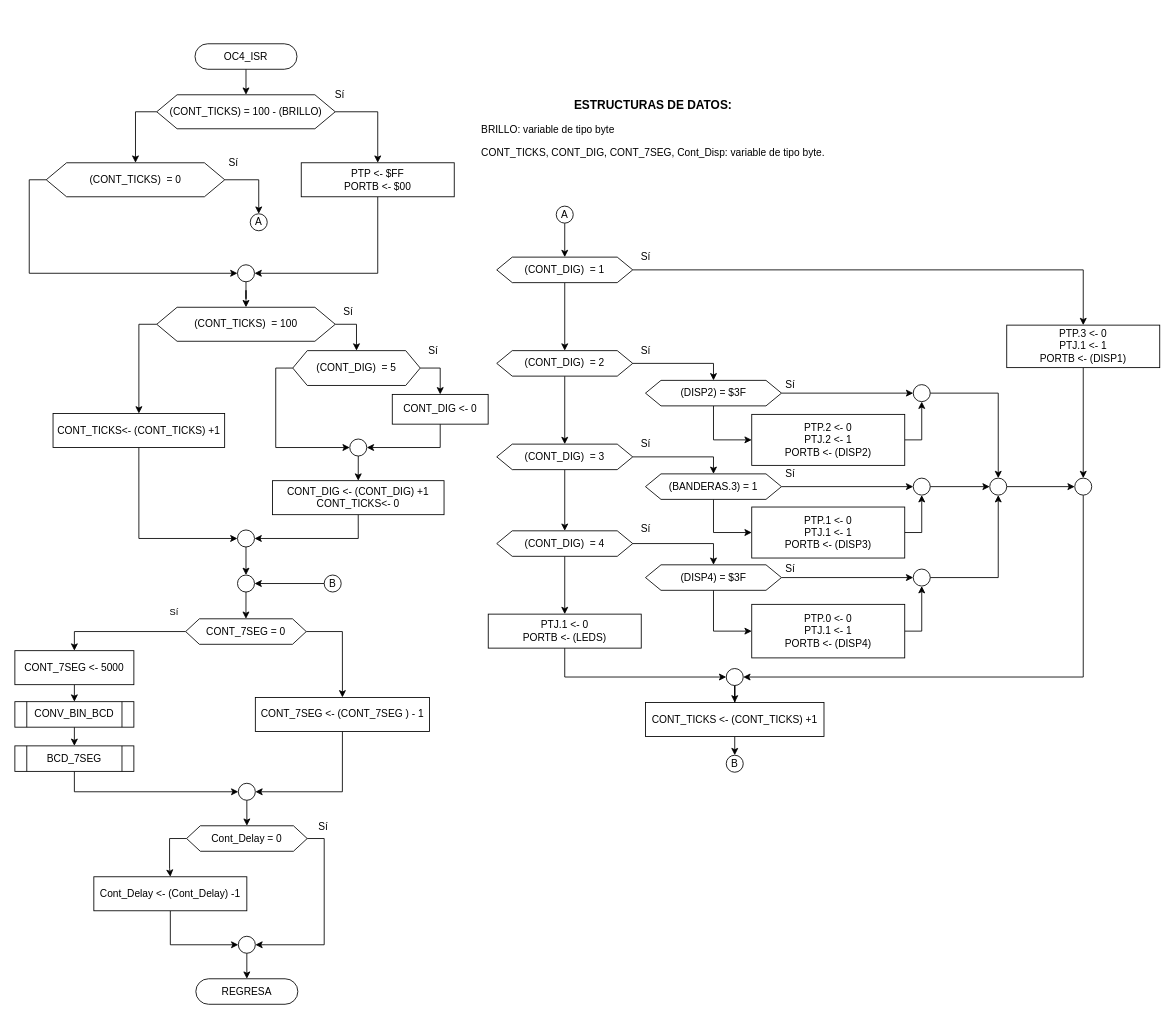
The draw.io diagram Proyecto/diagrams/OCR4_ISR.drawio in moisotico/Microprocesadores, before the edit. Source tidied: cells renumbered, new cells numbered last; positions are measured from the earlier drawing's top-left corner, leaving out a move shared by most shapes. Both pictures are drawn from the tidied source at 85%, with x=0, y=0 at pixel (14, 43).
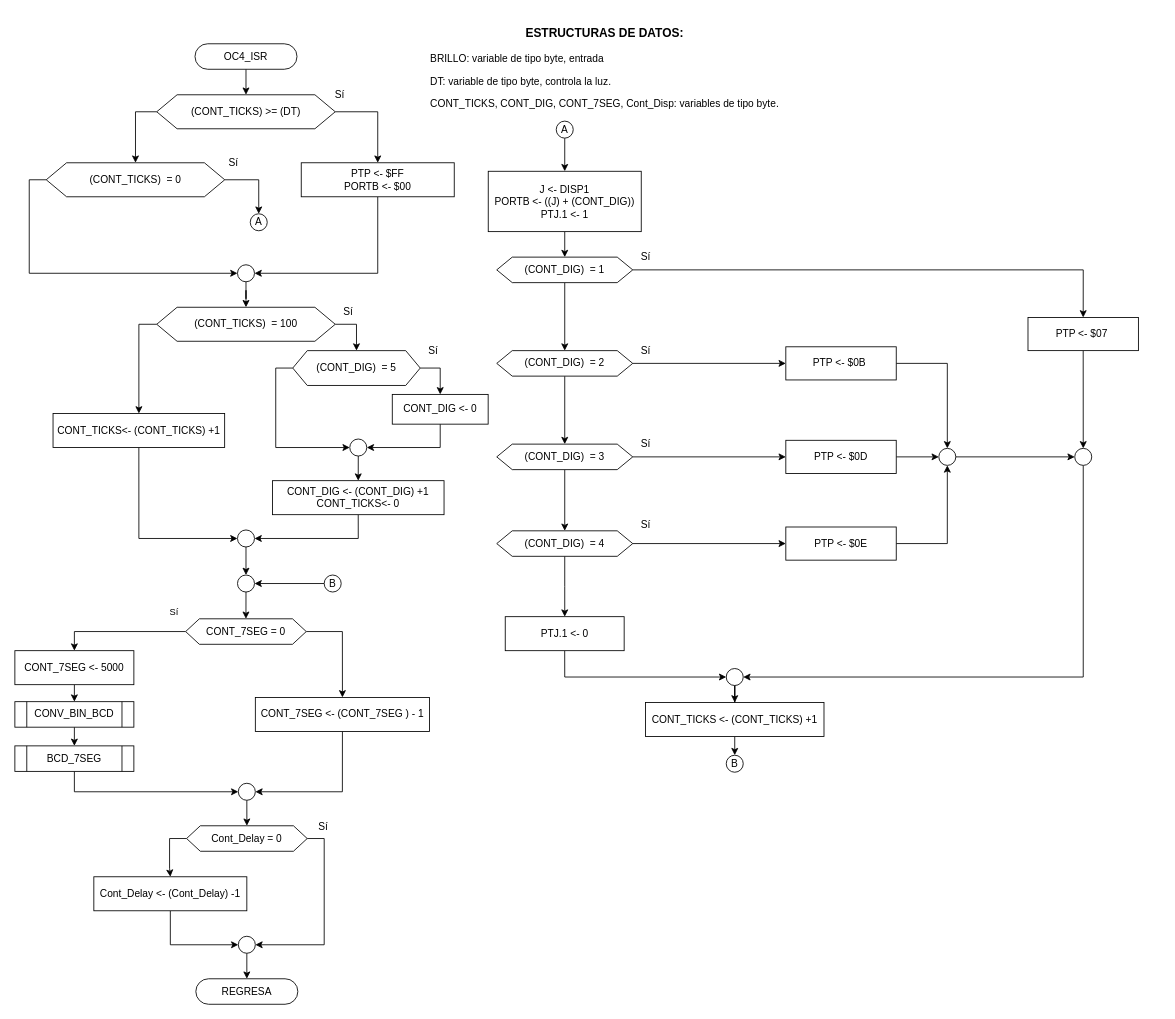
The same page after the edit.

Unchanged cells that the change refers to:
```xml
<mxCell id="37" value="(CONT_DIG)&amp;nbsp; = 1" style="shape=hexagon;perimeter=hexagonPerimeter2;whiteSpace=wrap;html=1;size=0.11394117647058827;" parent="1" vertex="1">
  <mxGeometry x="566.9" y="251" width="160" height="30" as="geometry" />
</mxCell>
<mxCell id="40" value="(CONT_DIG)&amp;nbsp; = 2" style="shape=hexagon;perimeter=hexagonPerimeter2;whiteSpace=wrap;html=1;size=0.11394117647058827;" parent="1" vertex="1">
  <mxGeometry x="566.9" y="361" width="160" height="30" as="geometry" />
</mxCell>
<mxCell id="46" value="(CONT_DIG)&amp;nbsp; = 3" style="shape=hexagon;perimeter=hexagonPerimeter2;whiteSpace=wrap;html=1;size=0.11394117647058827;" parent="1" vertex="1">
  <mxGeometry x="566.9" y="471" width="160" height="30" as="geometry" />
</mxCell>
<mxCell id="49" value="(CONT_DIG)&amp;nbsp; = 4" style="shape=hexagon;perimeter=hexagonPerimeter2;whiteSpace=wrap;html=1;size=0.11394117647058827;" parent="1" vertex="1">
  <mxGeometry x="566.9" y="573" width="160" height="30" as="geometry" />
</mxCell>
```

Change to the diagram source:
```diff
@@
-    <mxCell id="8" value="&lt;h3 style=&quot;text-align: center&quot;&gt;ESTRUCTURAS DE DATOS:&lt;/h3&gt;&lt;p&gt;BRILLO: variable de tipo byte&lt;br&gt;&lt;/p&gt;&lt;p&gt;CONT_TICKS, CONT_DIG, CONT_7SEG, Cont_Disp: variable de tipo byte.&lt;/p&gt;&lt;p&gt;&lt;br&gt;&lt;/p&gt;&lt;p&gt;&lt;/p&gt;" style="text;html=1;strokeColor=none;fillColor=none;align=left;verticalAlign=middle;whiteSpace=wrap;rounded=0;" parent="1" vertex="1">
-      <mxGeometry x="546.9" y="41" width="440" height="140" as="geometry" />
+    <mxCell id="8" value="&lt;h3 style=&quot;text-align: center&quot;&gt;ESTRUCTURAS DE DATOS:&lt;/h3&gt;&lt;p&gt;BRILLO: variable de tipo byte, entrada&lt;/p&gt;&lt;p&gt;DT: variable de tipo byte, controla la luz.&lt;br&gt;&lt;/p&gt;&lt;p&gt;CONT_TICKS, CONT_DIG, CONT_7SEG, Cont_Disp: variables de tipo byte.&lt;/p&gt;&lt;p&gt;&lt;br&gt;&lt;/p&gt;&lt;p&gt;&lt;/p&gt;" style="text;html=1;strokeColor=none;fillColor=none;align=left;verticalAlign=middle;whiteSpace=wrap;rounded=0;" parent="1" vertex="1">
+      <mxGeometry x="486.9" y="-29" width="440" height="140" as="geometry" />
     </mxCell>
@@
-    <mxCell id="22" value="(CONT_TICKS) = 100 - (BRILLO)" style="shape=hexagon;perimeter=hexagonPerimeter2;whiteSpace=wrap;html=1;size=0.11394117647058827;" parent="1" vertex="1">
+    <mxCell id="22" value="(CONT_TICKS) &amp;gt;= (DT)" style="shape=hexagon;perimeter=hexagonPerimeter2;whiteSpace=wrap;html=1;size=0.11394117647058827;" parent="1" vertex="1">
       <mxGeometry x="166.9" y="60" width="210" height="40" as="geometry" />
     </mxCell>
@@
-    <mxCell id="33" style="edgeStyle=orthogonalEdgeStyle;rounded=0;jettySize=auto;html=1;exitX=0.5;exitY=1;exitDx=0;exitDy=0;" parent="1" edge="1" source="34" target="37">
-      <mxGeometry relative="1" as="geometry" />
-    </mxCell>
+    <mxCell id="118" style="edgeStyle=orthogonalEdgeStyle;rounded=0;jettySize=auto;html=1;exitX=0.5;exitY=1;exitDx=0;exitDy=0;entryX=0.5;entryY=0;entryDx=0;entryDy=0;" parent="1" edge="1" source="34" target="125">
+      <mxGeometry relative="1" as="geometry" />
+    </mxCell>
     <mxCell id="34" value="A" style="ellipse;whiteSpace=wrap;html=1;" parent="1" vertex="1">
-      <mxGeometry x="636.9" y="191" width="20" height="20" as="geometry" />
+      <mxGeometry x="636.9" y="91" width="20" height="20" as="geometry" />
     </mxCell>
@@
-    <mxCell id="36" style="edgeStyle=orthogonalEdgeStyle;rounded=0;jettySize=auto;html=1;exitX=1;exitY=0.5;exitDx=0;exitDy=0;entryX=0.5;entryY=0;entryDx=0;entryDy=0;" parent="1" edge="1" source="37" target="53">
+    <mxCell id="36" style="edgeStyle=orthogonalEdgeStyle;rounded=0;jettySize=auto;html=1;exitX=0.5;exitY=1;exitDx=0;exitDy=0;entryX=0.5;entryY=0;entryDx=0;entryDy=0;" parent="1" edge="1" source="127" target="65">
       <mxGeometry relative="1" as="geometry" />
     </mxCell>
@@
-    <mxCell id="39" style="edgeStyle=orthogonalEdgeStyle;rounded=0;jettySize=auto;html=1;exitX=1;exitY=0.5;exitDx=0;exitDy=0;entryX=0.5;entryY=0;entryDx=0;entryDy=0;" parent="1" edge="1" source="40" target="43">
-      <mxGeometry relative="1" as="geometry" />
-    </mxCell>
+    <mxCell id="119" style="edgeStyle=orthogonalEdgeStyle;rounded=0;jettySize=auto;html=1;exitX=1;exitY=0.5;exitDx=0;exitDy=0;entryX=0.5;entryY=0;entryDx=0;entryDy=0;" parent="1" edge="1" source="129" target="63">
+      <mxGeometry relative="1" as="geometry" />
+    </mxCell>
+    <mxCell id="120" style="edgeStyle=orthogonalEdgeStyle;rounded=0;jettySize=auto;html=1;exitX=1;exitY=0.5;exitDx=0;exitDy=0;entryX=0;entryY=0.5;entryDx=0;entryDy=0;" parent="1" edge="1" source="40" target="129">
+      <mxGeometry relative="1" as="geometry" />
+    </mxCell>
@@
-    <mxCell id="41" style="edgeStyle=orthogonalEdgeStyle;rounded=0;jettySize=auto;html=1;exitX=0.5;exitY=1;exitDx=0;exitDy=0;entryX=0;entryY=0.5;entryDx=0;entryDy=0;" parent="1" edge="1" source="43" target="59">
-      <mxGeometry relative="1" as="geometry" />
-    </mxCell>
-    <mxCell id="42" style="edgeStyle=orthogonalEdgeStyle;rounded=0;jettySize=auto;html=1;exitX=1;exitY=0.5;exitDx=0;exitDy=0;entryX=0;entryY=0.5;entryDx=0;entryDy=0;" parent="1" edge="1" source="43" target="61">
-      <mxGeometry relative="1" as="geometry" />
-    </mxCell>
-    <mxCell id="43" value="(DISP2) = $3F" style="shape=hexagon;perimeter=hexagonPerimeter2;whiteSpace=wrap;html=1;size=0.11394117647058827;" parent="1" vertex="1">
-      <mxGeometry x="741.9" y="396" width="160" height="30" as="geometry" />
-    </mxCell>
@@
-    <mxCell id="45" style="edgeStyle=orthogonalEdgeStyle;rounded=0;jettySize=auto;html=1;exitX=1;exitY=0.5;exitDx=0;exitDy=0;" parent="1" edge="1" source="46" target="68">
-      <mxGeometry relative="1" as="geometry" />
-    </mxCell>
+    <mxCell id="121" style="edgeStyle=orthogonalEdgeStyle;rounded=0;jettySize=auto;html=1;exitX=1;exitY=0.5;exitDx=0;exitDy=0;entryX=0;entryY=0.5;entryDx=0;entryDy=0;" parent="1" edge="1" source="130" target="63">
+      <mxGeometry relative="1" as="geometry" />
+    </mxCell>
@@
-    <mxCell id="48" style="edgeStyle=orthogonalEdgeStyle;rounded=0;jettySize=auto;html=1;exitX=1;exitY=0.5;exitDx=0;exitDy=0;entryX=0.5;entryY=0;entryDx=0;entryDy=0;" parent="1" edge="1" source="49" target="75">
-      <mxGeometry relative="1" as="geometry" />
-    </mxCell>
+    <mxCell id="122" style="edgeStyle=orthogonalEdgeStyle;rounded=0;jettySize=auto;html=1;exitX=1;exitY=0.5;exitDx=0;exitDy=0;entryX=0.5;entryY=1;entryDx=0;entryDy=0;" parent="1" edge="1" source="132" target="63">
+      <mxGeometry relative="1" as="geometry" />
+    </mxCell>
+    <mxCell id="123" style="edgeStyle=orthogonalEdgeStyle;rounded=0;jettySize=auto;html=1;exitX=1;exitY=0.5;exitDx=0;exitDy=0;" parent="1" edge="1" source="49" target="132">
+      <mxGeometry relative="1" as="geometry" />
+    </mxCell>
@@
-    <mxCell id="51" value="PTJ.1 &amp;lt;- 0&lt;br&gt;PORTB &amp;lt;- (LEDS)" style="rounded=0;whiteSpace=wrap;html=1;" parent="1" vertex="1">
-      <mxGeometry x="556.9" y="671" width="180" height="40" as="geometry" />
+    <mxCell id="51" value="PTJ.1 &amp;lt;- 0" style="rounded=0;whiteSpace=wrap;html=1;" parent="1" vertex="1">
+      <mxGeometry x="576.9" y="674" width="139.9" height="40" as="geometry" />
     </mxCell>
-    <mxCell id="52" style="edgeStyle=orthogonalEdgeStyle;rounded=0;jettySize=auto;html=1;exitX=0.5;exitY=1;exitDx=0;exitDy=0;entryX=0.5;entryY=0;entryDx=0;entryDy=0;" parent="1" edge="1" source="53" target="65">
-      <mxGeometry relative="1" as="geometry" />
-    </mxCell>
-    <mxCell id="53" value="PTP.3 &amp;lt;- 0&lt;br&gt;PTJ.1 &amp;lt;- 1&lt;br&gt;PORTB &amp;lt;- (DISP1)" style="rounded=0;whiteSpace=wrap;html=1;" parent="1" vertex="1">
-      <mxGeometry x="1166.9" y="331" width="180" height="50" as="geometry" />
-    </mxCell>
@@
-    <mxCell id="58" style="edgeStyle=orthogonalEdgeStyle;rounded=0;jettySize=auto;html=1;exitX=1;exitY=0.5;exitDx=0;exitDy=0;entryX=0.5;entryY=1;entryDx=0;entryDy=0;" parent="1" edge="1" source="59" target="61">
-      <mxGeometry relative="1" as="geometry" />
-    </mxCell>
-    <mxCell id="59" value="PTP.2 &amp;lt;- 0&lt;br&gt;PTJ.2 &amp;lt;- 1&lt;br&gt;PORTB &amp;lt;- (DISP2)" style="rounded=0;whiteSpace=wrap;html=1;" parent="1" vertex="1">
-      <mxGeometry x="866.9" y="436" width="180" height="60" as="geometry" />
-    </mxCell>
-    <mxCell id="60" style="edgeStyle=orthogonalEdgeStyle;rounded=0;jettySize=auto;html=1;exitX=1;exitY=0.5;exitDx=0;exitDy=0;entryX=0.5;entryY=0;entryDx=0;entryDy=0;" parent="1" edge="1" source="61" target="63">
-      <mxGeometry relative="1" as="geometry" />
-    </mxCell>
-    <mxCell id="61" style="ellipse;whiteSpace=wrap;html=1;" parent="1" vertex="1">
-      <mxGeometry x="1056.9" y="401" width="20" height="20" as="geometry" />
-    </mxCell>
@@
     <mxCell id="63" style="ellipse;whiteSpace=wrap;html=1;" parent="1" vertex="1">
-      <mxGeometry x="1146.9" y="511" width="20" height="20" as="geometry" />
+      <mxGeometry x="1087" y="476" width="20" height="20" as="geometry" />
     </mxCell>
@@
     <mxCell id="65" style="ellipse;whiteSpace=wrap;html=1;" parent="1" vertex="1">
-      <mxGeometry x="1246.9" y="511" width="20" height="20" as="geometry" />
+      <mxGeometry x="1246.9" y="476" width="20" height="20" as="geometry" />
     </mxCell>
-    <mxCell id="66" style="edgeStyle=orthogonalEdgeStyle;rounded=0;jettySize=auto;html=1;exitX=0.5;exitY=1;exitDx=0;exitDy=0;entryX=0;entryY=0.5;entryDx=0;entryDy=0;" parent="1" edge="1" source="68" target="70">
-      <mxGeometry relative="1" as="geometry" />
-    </mxCell>
-    <mxCell id="67" style="edgeStyle=orthogonalEdgeStyle;rounded=0;jettySize=auto;html=1;exitX=1;exitY=0.5;exitDx=0;exitDy=0;entryX=0;entryY=0.5;entryDx=0;entryDy=0;" parent="1" edge="1" source="68" target="72">
-      <mxGeometry relative="1" as="geometry" />
-    </mxCell>
-    <mxCell id="68" value="(BANDERAS.3) = 1" style="shape=hexagon;perimeter=hexagonPerimeter2;whiteSpace=wrap;html=1;size=0.11394117647058827;" parent="1" vertex="1">
-      <mxGeometry x="741.9" y="506" width="160" height="30" as="geometry" />
-    </mxCell>
-    <mxCell id="69" style="edgeStyle=orthogonalEdgeStyle;rounded=0;jettySize=auto;html=1;exitX=1;exitY=0.5;exitDx=0;exitDy=0;entryX=0.5;entryY=1;entryDx=0;entryDy=0;" parent="1" edge="1" source="70" target="72">
-      <mxGeometry relative="1" as="geometry" />
-    </mxCell>
-    <mxCell id="70" value="PTP.1 &amp;lt;- 0&lt;br&gt;PTJ.1 &amp;lt;- 1&lt;br&gt;PORTB &amp;lt;- (DISP3)" style="rounded=0;whiteSpace=wrap;html=1;" parent="1" vertex="1">
-      <mxGeometry x="866.9" y="545" width="180" height="60" as="geometry" />
-    </mxCell>
-    <mxCell id="71" style="edgeStyle=orthogonalEdgeStyle;rounded=0;jettySize=auto;html=1;exitX=1;exitY=0.5;exitDx=0;exitDy=0;entryX=0;entryY=0.5;entryDx=0;entryDy=0;" parent="1" edge="1" source="72" target="63">
-      <mxGeometry relative="1" as="geometry" />
-    </mxCell>
-    <mxCell id="72" style="ellipse;whiteSpace=wrap;html=1;" parent="1" vertex="1">
-      <mxGeometry x="1056.9" y="511" width="20" height="20" as="geometry" />
-    </mxCell>
-    <mxCell id="73" style="edgeStyle=orthogonalEdgeStyle;rounded=0;jettySize=auto;html=1;exitX=0.5;exitY=1;exitDx=0;exitDy=0;entryX=0;entryY=0.5;entryDx=0;entryDy=0;" parent="1" edge="1" source="75" target="77">
-      <mxGeometry relative="1" as="geometry" />
-    </mxCell>
-    <mxCell id="74" style="edgeStyle=orthogonalEdgeStyle;rounded=0;jettySize=auto;html=1;exitX=1;exitY=0.5;exitDx=0;exitDy=0;entryX=0;entryY=0.5;entryDx=0;entryDy=0;" parent="1" edge="1" source="75" target="79">
-      <mxGeometry relative="1" as="geometry" />
-    </mxCell>
-    <mxCell id="75" value="(DISP4) = $3F" style="shape=hexagon;perimeter=hexagonPerimeter2;whiteSpace=wrap;html=1;size=0.11394117647058827;" parent="1" vertex="1">
-      <mxGeometry x="741.9" y="613" width="160" height="30" as="geometry" />
-    </mxCell>
-    <mxCell id="76" style="edgeStyle=orthogonalEdgeStyle;rounded=0;jettySize=auto;html=1;exitX=1;exitY=0.5;exitDx=0;exitDy=0;entryX=0.5;entryY=1;entryDx=0;entryDy=0;" parent="1" edge="1" source="77" target="79">
-      <mxGeometry relative="1" as="geometry" />
-    </mxCell>
-    <mxCell id="77" value="PTP.0 &amp;lt;- 0&lt;br&gt;PTJ.1 &amp;lt;- 1&lt;br&gt;PORTB &amp;lt;- (DISP4)" style="rounded=0;whiteSpace=wrap;html=1;" parent="1" vertex="1">
-      <mxGeometry x="866.9" y="659.5" width="180" height="63" as="geometry" />
-    </mxCell>
-    <mxCell id="78" style="edgeStyle=orthogonalEdgeStyle;rounded=0;jettySize=auto;html=1;exitX=1;exitY=0.5;exitDx=0;exitDy=0;entryX=0.5;entryY=1;entryDx=0;entryDy=0;" parent="1" edge="1" source="79" target="63">
-      <mxGeometry relative="1" as="geometry" />
-    </mxCell>
-    <mxCell id="79" style="ellipse;whiteSpace=wrap;html=1;" parent="1" vertex="1">
-      <mxGeometry x="1056.9" y="618" width="20" height="20" as="geometry" />
-    </mxCell>
@@
-    <mxCell id="101" value="Sí" style="text;html=1;align=center;verticalAlign=middle;" parent="1" vertex="1">
-      <mxGeometry x="726.9" y="561" width="30" height="20" as="geometry" />
-    </mxCell>
-    <mxCell id="102" value="Sí" style="text;html=1;align=center;verticalAlign=middle;" parent="1" vertex="1">
-      <mxGeometry x="896.9" y="391" width="30" height="20" as="geometry" />
-    </mxCell>
-    <mxCell id="103" value="Sí" style="text;html=1;align=center;verticalAlign=middle;" parent="1" vertex="1">
-      <mxGeometry x="896.9" y="496" width="30" height="20" as="geometry" />
-    </mxCell>
-    <mxCell id="104" value="Sí" style="text;html=1;align=center;verticalAlign=middle;" parent="1" vertex="1">
-      <mxGeometry x="896.9" y="608" width="30" height="20" as="geometry" />
-    </mxCell>
@@
+    <mxCell id="124" style="edgeStyle=orthogonalEdgeStyle;rounded=0;jettySize=auto;html=1;exitX=0.5;exitY=1;exitDx=0;exitDy=0;entryX=0.5;entryY=0;entryDx=0;entryDy=0;" parent="1" edge="1" source="125" target="37">
+      <mxGeometry relative="1" as="geometry" />
+    </mxCell>
+    <mxCell id="125" value="J &amp;lt;- DISP1&lt;br&gt;PORTB &amp;lt;- ((J) + (CONT_DIG))&lt;br&gt;PTJ.1 &amp;lt;- 1" style="rounded=0;whiteSpace=wrap;html=1;" parent="1" vertex="1">
+      <mxGeometry x="556.9" y="150" width="180" height="71" as="geometry" />
+    </mxCell>
+    <mxCell id="126" value="Sí" style="text;html=1;align=center;verticalAlign=middle;" parent="1" vertex="1">
+      <mxGeometry x="726.9" y="556" width="30" height="20" as="geometry" />
+    </mxCell>
+    <mxCell id="127" value="PTP &amp;lt;- $07&amp;nbsp;" style="rounded=0;whiteSpace=wrap;html=1;" parent="1" vertex="1">
+      <mxGeometry x="1191.9" y="322" width="129.9" height="39" as="geometry" />
+    </mxCell>
+    <mxCell id="128" style="edgeStyle=orthogonalEdgeStyle;rounded=0;jettySize=auto;html=1;exitX=1;exitY=0.5;exitDx=0;exitDy=0;entryX=0.5;entryY=0;entryDx=0;entryDy=0;" parent="1" edge="1" source="37" target="127">
+      <mxGeometry relative="1" as="geometry" />
+    </mxCell>
+    <mxCell id="129" value="PTP &amp;lt;- $0B&amp;nbsp;" style="rounded=0;whiteSpace=wrap;html=1;" parent="1" vertex="1">
+      <mxGeometry x="907" y="356.5" width="129.9" height="39" as="geometry" />
+    </mxCell>
+    <mxCell id="130" value="PTP &amp;lt;- $0D" style="rounded=0;whiteSpace=wrap;html=1;" parent="1" vertex="1">
+      <mxGeometry x="907" y="466.5" width="129.9" height="39" as="geometry" />
+    </mxCell>
+    <mxCell id="131" style="edgeStyle=orthogonalEdgeStyle;rounded=0;jettySize=auto;html=1;exitX=1;exitY=0.5;exitDx=0;exitDy=0;entryX=0;entryY=0.5;entryDx=0;entryDy=0;" parent="1" edge="1" source="46" target="130">
+      <mxGeometry relative="1" as="geometry" />
+    </mxCell>
+    <mxCell id="132" value="PTP &amp;lt;- $0E" style="rounded=0;whiteSpace=wrap;html=1;" parent="1" vertex="1">
+      <mxGeometry x="907" y="568.5" width="129.9" height="39" as="geometry" />
+    </mxCell>
```
